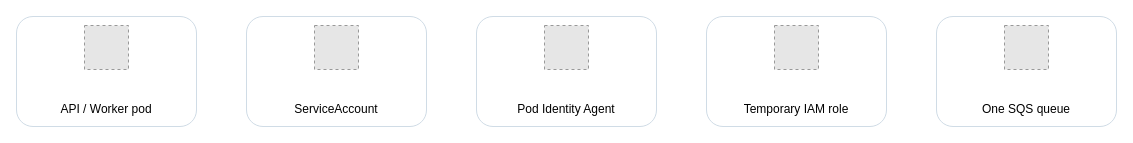
toannd021104/eks-defense-in-depth-workshop keeps this draw.io diagram as workshop/static/images/workload-identity.drawio. Above is the earlier version. Source tidied: cells renumbered, new cells numbered last; positions are measured from the earlier drawing's top-left corner, leaving out a move shared by most shapes. Both pictures are drawn from the tidied source at 100%, with x=0, y=0 at pixel (16, 16). Pictures stored in the file or linked from it are replaced by grey dashed boxes.
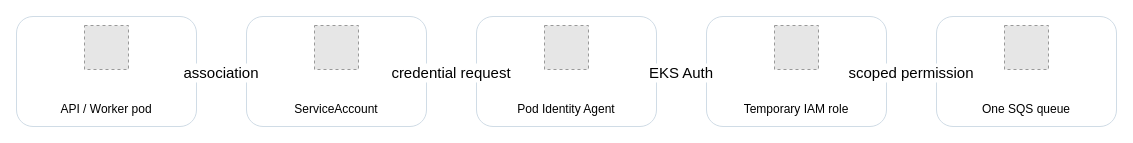
The same page after the edit.

The edit, as a diff of the source:
```diff
@@
-<mxGraphModel>
+<mxGraphModel background="#ffffff">
   <root>
     <mxCell id="0" />
     <mxCell id="1" parent="0" />
     <mxCell id="2" value="API / Worker pod" style="rounded=1;fillColor=#ffffff;strokeColor=#d0dce6;verticalAlign=bottom;spacingBottom=8;" parent="1" vertex="1">
       <mxGeometry width="180" height="110" as="geometry" />
     </mxCell>
     <mxCell id="3" value="ServiceAccount" style="rounded=1;fillColor=#ffffff;strokeColor=#d0dce6;verticalAlign=bottom;spacingBottom=8;" parent="1" vertex="1">
       <mxGeometry x="230" width="180" height="110" as="geometry" />
     </mxCell>
     <mxCell id="4" value="Pod Identity Agent" style="rounded=1;fillColor=#ffffff;strokeColor=#d0dce6;verticalAlign=bottom;spacingBottom=8;" parent="1" vertex="1">
       <mxGeometry x="460" width="180" height="110" as="geometry" />
     </mxCell>
     <mxCell id="5" value="Temporary IAM role" style="rounded=1;fillColor=#ffffff;strokeColor=#d0dce6;verticalAlign=bottom;spacingBottom=8;" parent="1" vertex="1">
       <mxGeometry x="690" width="180" height="110" as="geometry" />
     </mxCell>
     <mxCell id="6" value="One SQS queue" style="rounded=1;fillColor=#ffffff;strokeColor=#d0dce6;verticalAlign=bottom;spacingBottom=8;" parent="1" vertex="1">
       <mxGeometry x="920" width="180" height="110" as="geometry" />
     </mxCell>
     <mxCell id="7" style="fillColor=#E6E6E6;strokeColor=#999999;dashed=1;" parent="1" vertex="1">
       <mxGeometry x="68" y="9" width="44" height="44" as="geometry" />
     </mxCell>
     <mxCell id="8" style="fillColor=#E6E6E6;strokeColor=#999999;dashed=1;" parent="1" vertex="1">
       <mxGeometry x="298" y="9" width="44" height="44" as="geometry" />
     </mxCell>
     <mxCell id="9" style="fillColor=#E6E6E6;strokeColor=#999999;dashed=1;" parent="1" vertex="1">
       <mxGeometry x="528" y="9" width="44" height="44" as="geometry" />
     </mxCell>
     <mxCell id="10" style="fillColor=#E6E6E6;strokeColor=#999999;dashed=1;" parent="1" vertex="1">
       <mxGeometry x="758" y="9" width="44" height="44" as="geometry" />
     </mxCell>
     <mxCell id="11" style="fillColor=#E6E6E6;strokeColor=#999999;dashed=1;" parent="1" vertex="1">
       <mxGeometry x="988" y="9" width="44" height="44" as="geometry" />
     </mxCell>
-    <mxCell id="12" value="association" style="edgeStyle=orthogonalEdgeStyle;endArrow=open;strokeColor=#315675;" parent="1" edge="1">
+    <mxCell id="12" value="association" style="edgeStyle=orthogonalEdgeStyle;endArrow=open;fontSize=15;strokeColor=#315675;exitX=1.0;exitY=0.5;exitPerimeter=0;entryX=0.0;entryY=0.5;entryPerimeter=0;" parent="1" edge="1" source="2" target="3">
       <mxGeometry relative="1" as="geometry" />
     </mxCell>
-    <mxCell id="13" value="credential request" style="edgeStyle=orthogonalEdgeStyle;endArrow=open;strokeColor=#315675;" parent="1" edge="1">
+    <mxCell id="13" value="credential request" style="edgeStyle=orthogonalEdgeStyle;endArrow=open;fontSize=15;strokeColor=#315675;exitX=1.0;exitY=0.5;exitPerimeter=0;entryX=0.0;entryY=0.5;entryPerimeter=0;" parent="1" edge="1" source="3" target="4">
       <mxGeometry relative="1" as="geometry" />
     </mxCell>
-    <mxCell id="14" value="EKS Auth" style="edgeStyle=orthogonalEdgeStyle;endArrow=open;strokeColor=#315675;" parent="1" edge="1">
+    <mxCell id="14" value="EKS Auth" style="edgeStyle=orthogonalEdgeStyle;endArrow=open;fontSize=15;strokeColor=#315675;exitX=1.0;exitY=0.5;exitPerimeter=0;entryX=0.0;entryY=0.5;entryPerimeter=0;" parent="1" edge="1" source="4" target="5">
       <mxGeometry relative="1" as="geometry" />
     </mxCell>
-    <mxCell id="15" value="scoped permission" style="edgeStyle=orthogonalEdgeStyle;endArrow=open;strokeColor=#315675;" parent="1" edge="1">
+    <mxCell id="15" value="scoped permission" style="edgeStyle=orthogonalEdgeStyle;endArrow=open;fontSize=15;strokeColor=#315675;exitX=1.0;exitY=0.5;exitPerimeter=0;entryX=0.0;entryY=0.5;entryPerimeter=0;" parent="1" edge="1" source="5" target="6">
       <mxGeometry relative="1" as="geometry" />
     </mxCell>
   </root>
 </mxGraphModel>
```
